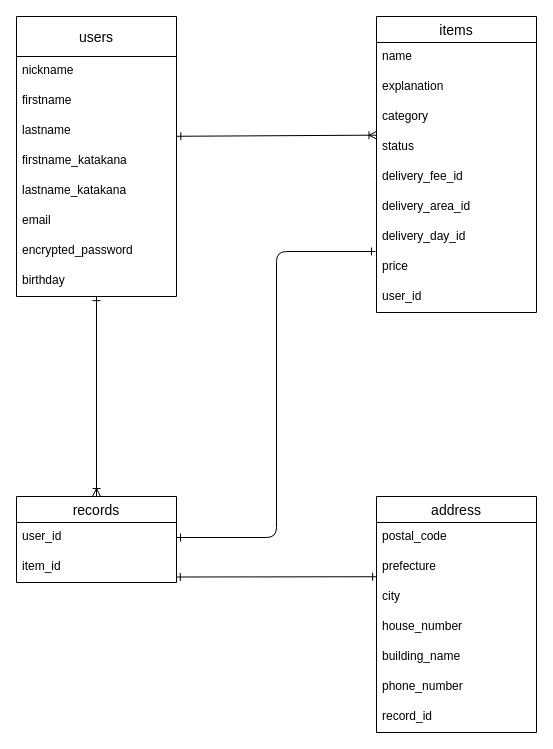
The draw.io diagram ER.dio in kazumaban/furima-31665, before the edit. Source tidied: cells renumbered, new cells numbered last; positions are measured from the earlier drawing's top-left corner, leaving out a move shared by most shapes. Both pictures are drawn from the tidied source at 100%, with x=0, y=0 at pixel (16, 16).
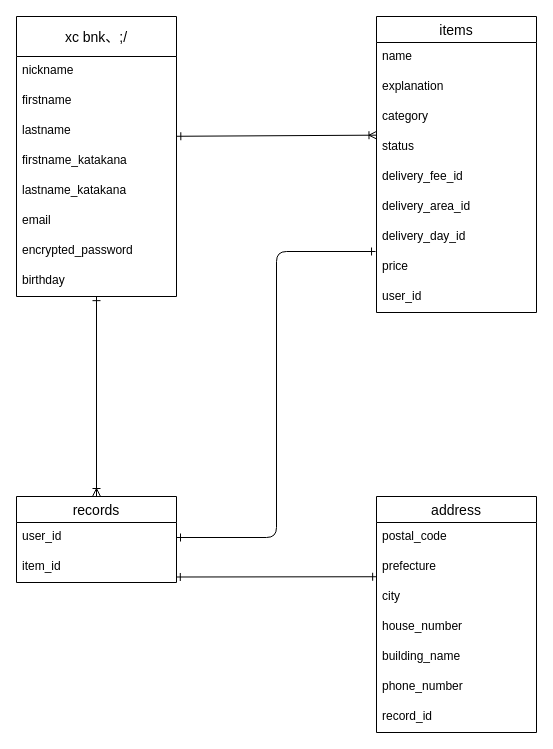
Above is the later version.

What changed in the source:
```diff
@@
-    <mxCell id="2" value="users" style="swimlane;fontStyle=0;horizontal=1;startSize=40;align=center;fontSize=14;" parent="1" vertex="1">
+    <mxCell id="2" value="xc bnk、;/" style="swimlane;fontStyle=0;horizontal=1;startSize=40;align=center;fontSize=14;" parent="1" vertex="1">
       <mxGeometry width="160" height="280" as="geometry" />
     </mxCell>
```
